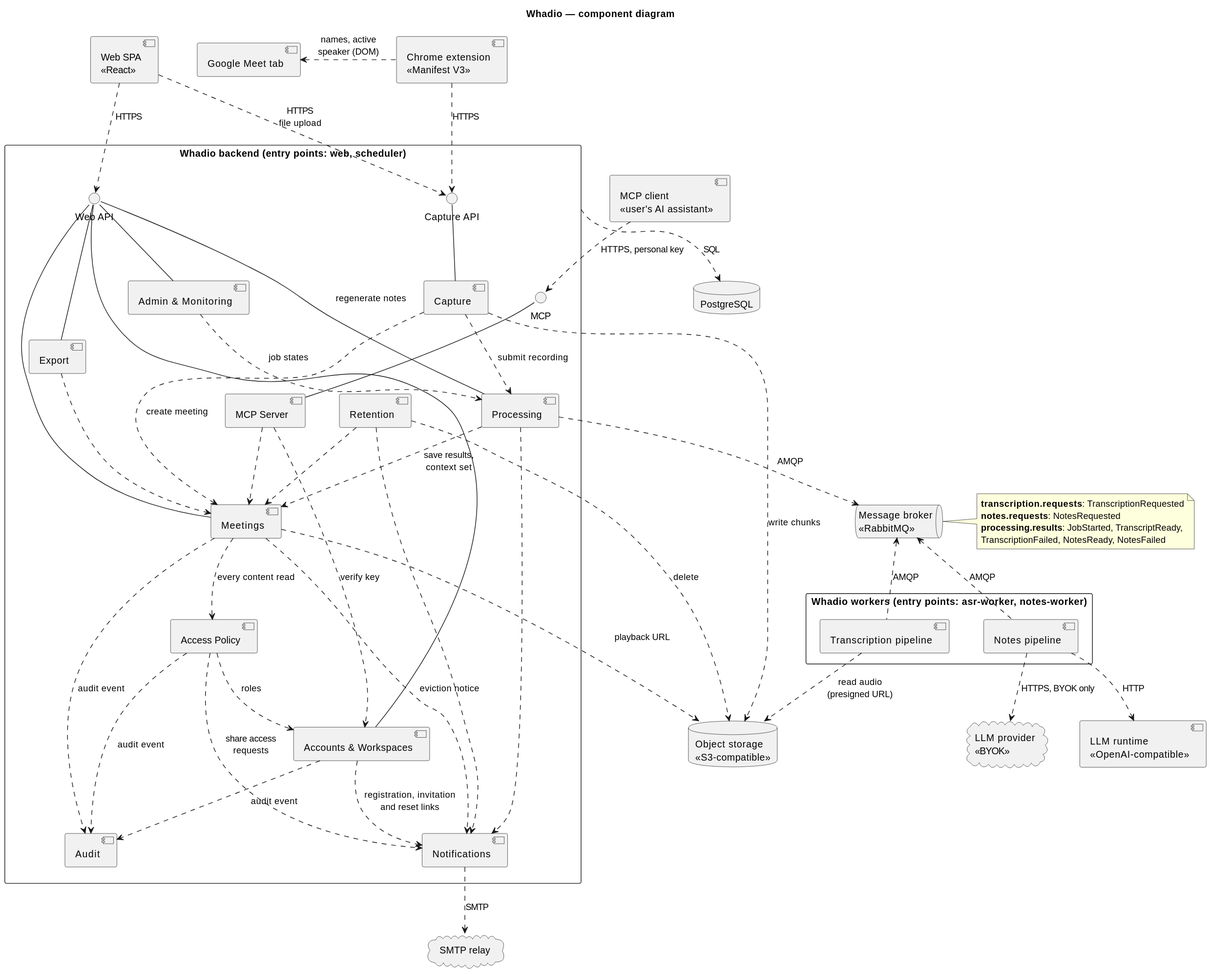
The PlantUML diagram docs/architecture/uml/component-diagram.svg in ukma-fin-ssdm-2026/Whadio, before a commit.
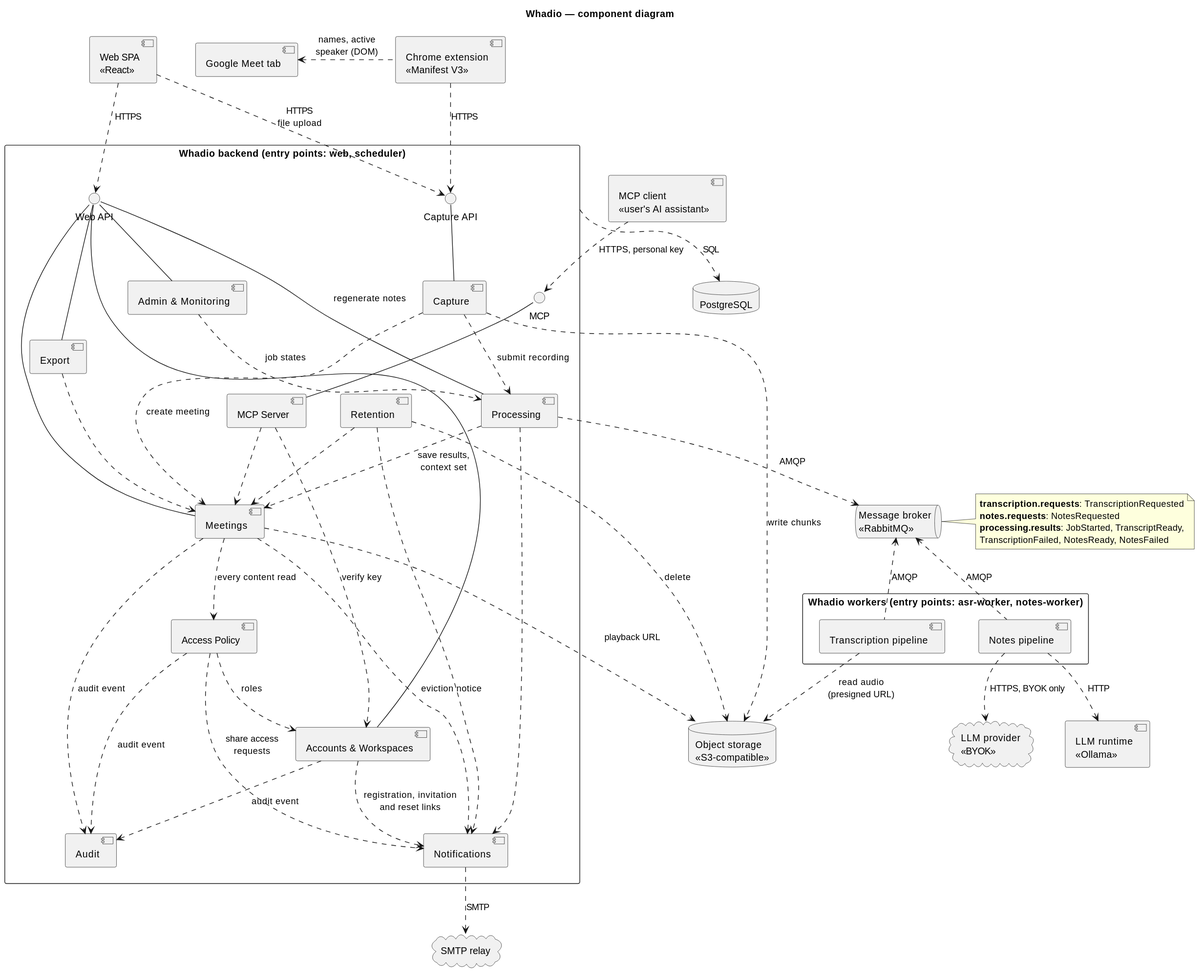
Above is the later version.

Commit message:
docs(#86): show Ollama as the LLM runtime in the design and diagrams

Diff of the diagram source:
```diff
@@ -41,7 +41,7 @@
 
 database "PostgreSQL" as db
 database "Object storage\n<<S3-compatible>>" as store
-component "LLM runtime\n<<OpenAI-compatible>>" as llm
+component "LLM runtime\n<<Ollama>>" as llm
 cloud "LLM provider\n<<BYOK>>" as provider
 cloud "SMTP relay" as smtp
 
```
